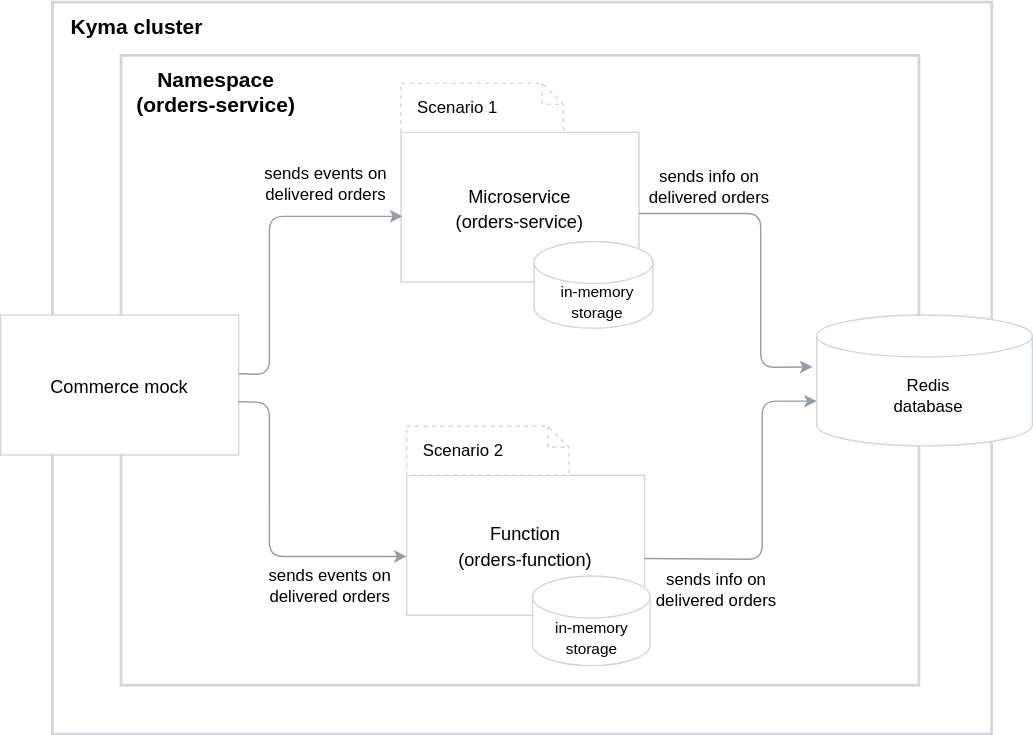
This is docs/getting-started/assets/order-flow.svg from kyma-project/kyma, a draw.io export, as it was before one commit. Source tidied: cells renumbered, new cells last; positions are measured from the earlier drawing's top-left corner, leaving out a move shared by most shapes.
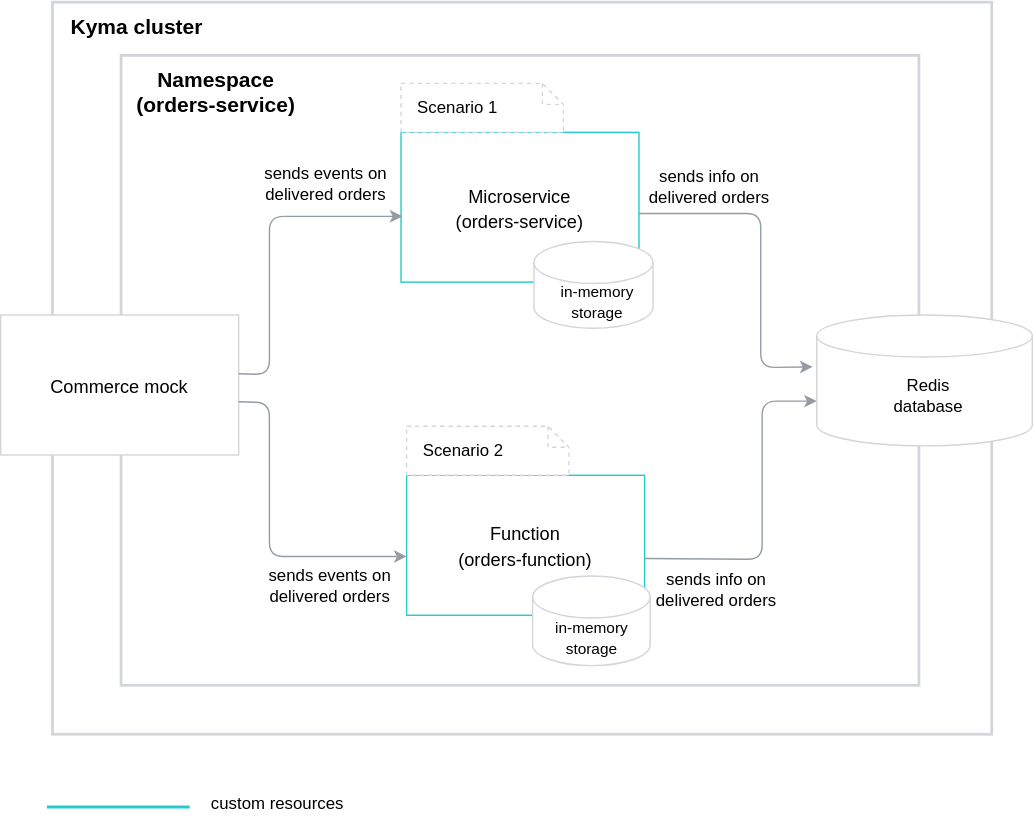
After the change.

Diff of the diagram source:
```diff
@@ -8,10 +8,10 @@
     <mxCell id="3" style="rounded=0;whiteSpace=wrap;html=1;labelBackgroundColor=none;strokeColor=#D2D5D9;strokeWidth=2;fillColor=#FFFFFF;gradientColor=none;fontFamily=Helvetica;fontSize=15;fontColor=#000000;" parent="1" vertex="1">
       <mxGeometry x="86" y="38" width="570" height="450" as="geometry" />
     </mxCell>
-    <mxCell id="4" value="&lt;font style=&quot;font-size: 13px&quot;&gt;Microservice&lt;br&gt;(orders-service)&lt;br&gt;&lt;/font&gt;" style="rounded=0;whiteSpace=wrap;html=1;labelBackgroundColor=none;strokeColor=#D2D5D9;strokeWidth=1;fillColor=#FFFFFF;gradientColor=none;fontFamily=Helvetica;fontSize=15;fontColor=#000000;" parent="1" vertex="1">
+    <mxCell id="4" value="&lt;font style=&quot;font-size: 13px&quot;&gt;Microservice&lt;br&gt;(orders-service)&lt;br&gt;&lt;/font&gt;" style="rounded=0;whiteSpace=wrap;html=1;labelBackgroundColor=none;strokeWidth=1;fillColor=#FFFFFF;gradientColor=none;fontFamily=Helvetica;fontSize=15;fontColor=#000000;strokeColor=#24CACC;" parent="1" vertex="1">
       <mxGeometry x="286" y="93" width="170" height="107" as="geometry" />
     </mxCell>
-    <mxCell id="5" value="&lt;font style=&quot;font-size: 13px&quot;&gt;Function&lt;br&gt;(orders-function)&lt;br&gt;&lt;/font&gt;" style="rounded=0;whiteSpace=wrap;html=1;labelBackgroundColor=none;strokeColor=#D2D5D9;strokeWidth=1;fillColor=#FFFFFF;gradientColor=none;fontFamily=Helvetica;fontSize=15;fontColor=#000000;" parent="1" vertex="1">
+    <mxCell id="5" value="&lt;font style=&quot;font-size: 13px&quot;&gt;Function&lt;br&gt;(orders-function)&lt;br&gt;&lt;/font&gt;" style="rounded=0;whiteSpace=wrap;html=1;labelBackgroundColor=none;strokeWidth=1;fillColor=#FFFFFF;gradientColor=none;fontFamily=Helvetica;fontSize=15;fontColor=#000000;strokeColor=#24CACC;" parent="1" vertex="1">
       <mxGeometry x="290" y="338" width="170" height="100" as="geometry" />
     </mxCell>
     <mxCell id="6" value="&lt;font style=&quot;font-size: 13px&quot;&gt;Commerce mock&lt;br&gt;&lt;/font&gt;" style="rounded=0;whiteSpace=wrap;html=1;labelBackgroundColor=none;strokeColor=#D2D5D9;strokeWidth=1;fillColor=#FFFFFF;gradientColor=none;fontFamily=Helvetica;fontSize=15;fontColor=#000000;" parent="1" vertex="1">
@@ -98,5 +98,14 @@
     <mxCell id="24" value="&lt;b&gt;Kyma cluster&lt;/b&gt;" style="text;html=1;strokeColor=none;fillColor=none;align=center;verticalAlign=middle;whiteSpace=wrap;rounded=0;labelBackgroundColor=none;fontFamily=Helvetica;fontSize=15;fontColor=#000000;" parent="1" vertex="1">
       <mxGeometry x="49" y="2" width="97" height="30" as="geometry" />
     </mxCell>
+    <mxCell id="25" style="endArrow=none;html=1;strokeColor=#24CACC;strokeWidth=2;" parent="1" edge="1">
+      <mxGeometry relative="1" as="geometry">
+        <mxPoint x="33" y="575" as="sourcePoint" />
+        <mxPoint x="135" y="575" as="targetPoint" />
+      </mxGeometry>
+    </mxCell>
+    <mxCell id="26" value="custom resources" style="text;html=1;strokeColor=none;fillColor=none;align=center;verticalAlign=middle;whiteSpace=wrap;rounded=0;" parent="1" vertex="1">
+      <mxGeometry x="144.5" y="563" width="105.5" height="20" as="geometry" />
+    </mxCell>
   </root>
 </mxGraphModel>
```
